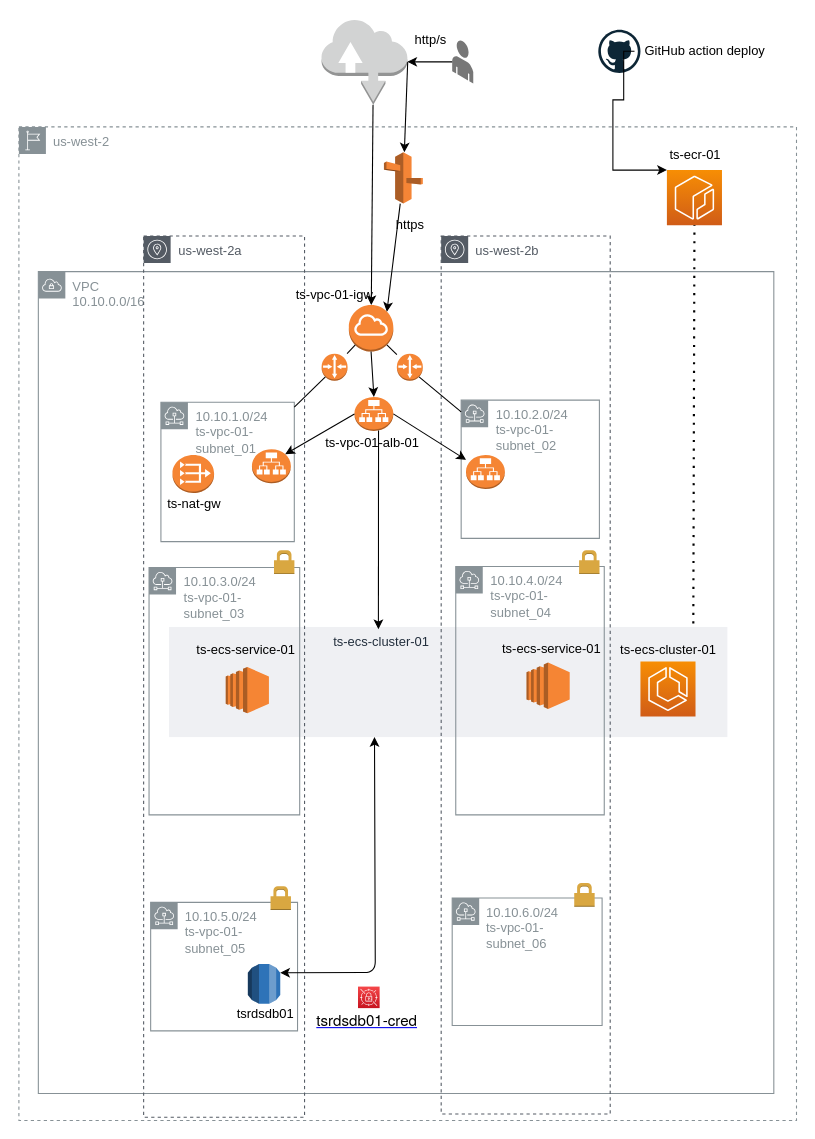
reasonkicked/topsecret keeps this draw.io diagram as Untitled Diagram.drawio. Above is the earlier version. Source tidied: cells renumbered, new cells numbered last; positions are measured from the earlier drawing's top-left corner, leaving out a move shared by most shapes. Both pictures are drawn from the tidied source at 108%, with x=0, y=0 at pixel (18, 18).
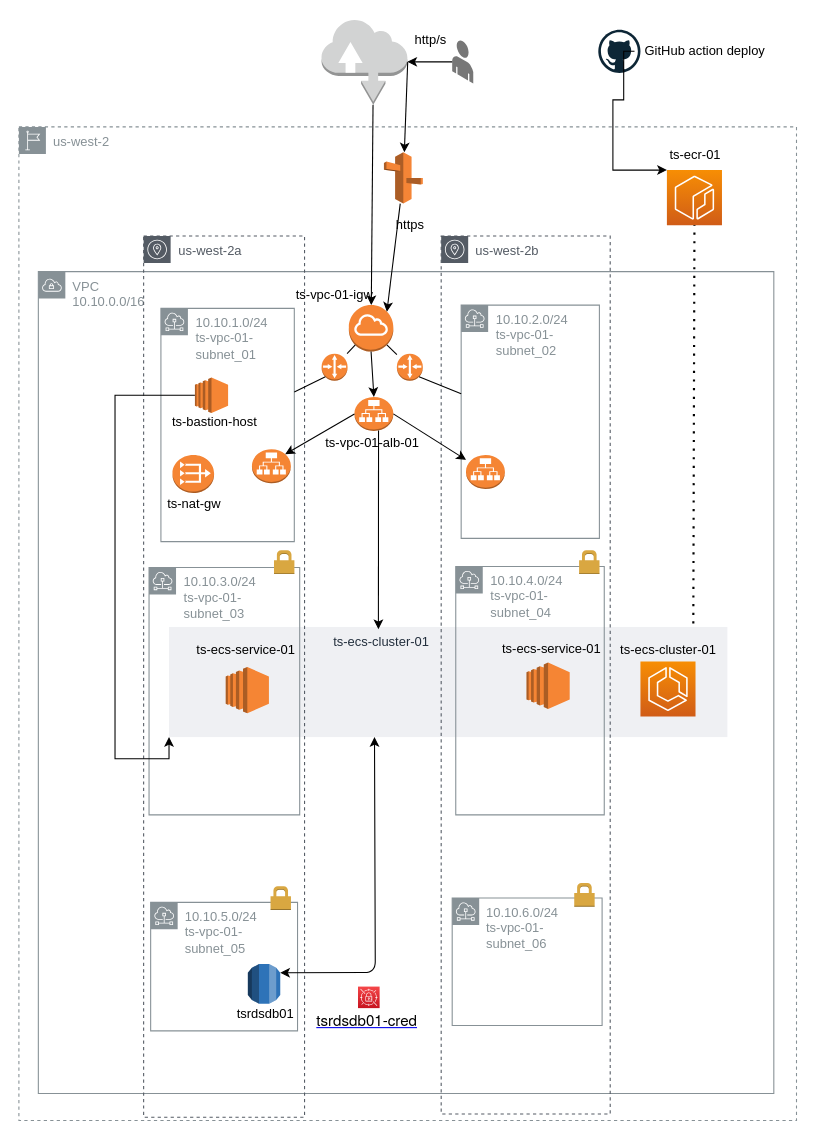
After the change.

What changed in the source:
```diff
@@
+    <mxCell id="4" value="ts-ecs-cluster-01                                     " style="fillColor=#EFF0F3;strokeColor=none;dashed=0;verticalAlign=top;fontStyle=0;fontColor=#232F3D;" parent="1" vertex="1">
+      <mxGeometry x="139" y="563" width="517" height="102" as="geometry" />
+    </mxCell>
@@
-    <mxCell id="4" value="ts-ecs-cluster-01                                     " style="fillColor=#EFF0F3;strokeColor=none;dashed=0;verticalAlign=top;fontStyle=0;fontColor=#232F3D;" parent="1" vertex="1">
-      <mxGeometry x="139" y="563" width="517" height="102" as="geometry" />
-    </mxCell>
@@
     <mxCell id="9" value="10.10.2.0/24&lt;br&gt;ts-vpc-01-subnet_02" style="outlineConnect=0;gradientColor=none;html=1;whiteSpace=wrap;fontSize=12;fontStyle=0;shape=mxgraph.aws4.group;grIcon=mxgraph.aws4.group_subnet;strokeColor=#879196;fillColor=none;verticalAlign=top;align=left;spacingLeft=30;fontColor=#879196;dashed=0;" parent="1" vertex="1">
-      <mxGeometry x="409.5" y="353" width="128" height="128" as="geometry" />
+      <mxGeometry x="409.5" y="265" width="128" height="216" as="geometry" />
     </mxCell>
     <mxCell id="10" value="10.10.1.0/24&lt;br&gt;ts-vpc-01-subnet_01" style="outlineConnect=0;gradientColor=none;html=1;whiteSpace=wrap;fontSize=12;fontStyle=0;shape=mxgraph.aws4.group;grIcon=mxgraph.aws4.group_subnet;strokeColor=#879196;fillColor=none;verticalAlign=top;align=left;spacingLeft=30;fontColor=#879196;dashed=0;" parent="1" vertex="1">
-      <mxGeometry x="131.5" y="355" width="123.5" height="129" as="geometry" />
+      <mxGeometry x="131.5" y="268" width="123.5" height="216" as="geometry" />
     </mxCell>
@@
+    <mxCell id="62" style="edgeStyle=orthogonalEdgeStyle;rounded=0;jettySize=auto;html=1;exitX=0;exitY=0.5;exitDx=0;exitDy=0;exitPerimeter=0;entryX=0;entryY=1;entryDx=0;entryDy=0;" parent="1" edge="1" source="63" target="4">
+      <mxGeometry relative="1" as="geometry">
+        <Array as="points">
+          <mxPoint x="89" y="349" />
+          <mxPoint x="89" y="685" />
+          <mxPoint x="139" y="685" />
+        </Array>
+      </mxGeometry>
+    </mxCell>
+    <mxCell id="63" style="outlineConnect=0;dashed=0;verticalLabelPosition=bottom;verticalAlign=top;align=center;html=1;shape=mxgraph.aws3.ec2;fillColor=#F58534;gradientColor=none;" parent="1" vertex="1">
+      <mxGeometry x="163" y="332" width="30.7" height="33" as="geometry" />
+    </mxCell>
+    <mxCell id="64" value="ts-bastion-host" style="text;html=1;align=center;verticalAlign=middle;strokeColor=none;" parent="1" vertex="1">
+      <mxGeometry x="136" y="363" width="90" height="19" as="geometry" />
+    </mxCell>
```
